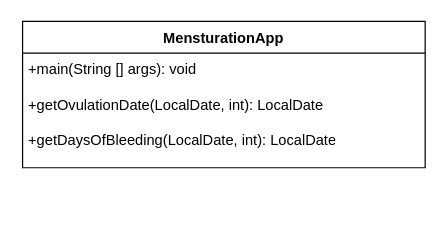
The draw.io diagram PhaseGate/Mensturation class diagram.drawio in BabatundeOla1/javaTask, before the edit. Source tidied: cells renumbered, new cells numbered last; positions are measured from the earlier drawing's top-left corner, leaving out a move shared by most shapes. Both pictures are drawn from the tidied source at 122%, with x=0, y=0 at pixel (21, 21).
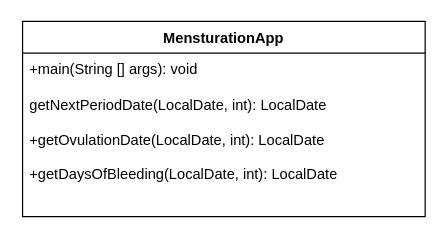
Above is the later version.

What changed in the source:
```diff
@@
 <mxGraphModel>
   <root>
     <mxCell id="0" />
     <mxCell id="1" parent="0" />
     <mxCell id="2" value="MensturationApp" style="swimlane;fontStyle=1;align=center;verticalAlign=top;horizontal=1;startSize=26;whiteSpace=wrap;html=1;" parent="1" vertex="1">
-      <mxGeometry x="1" width="330" height="120" as="geometry" />
+      <mxGeometry x="1" width="330" height="160" as="geometry" />
     </mxCell>
-    <mxCell id="3" value="&lt;div&gt;+main(String [] args): void&lt;/div&gt;&lt;div&gt;&lt;br&gt;&lt;/div&gt;+getOvulationDate(LocalDate, int): LocalDate&lt;div&gt;&lt;br&gt;&lt;/div&gt;&lt;div&gt;+getDaysOfBleeding(LocalDate, int): LocalDate&lt;/div&gt;" style="text;strokeColor=none;fillColor=none;align=left;verticalAlign=top;spacingLeft=4;spacingRight=4;overflow=hidden;whiteSpace=wrap;html=1;" parent="1" vertex="1">
-      <mxGeometry y="26" width="320" height="104" as="geometry" />
+    <mxCell id="3" value="&lt;div&gt;+main(String [] args): void&lt;/div&gt;&lt;div&gt;&lt;br&gt;&lt;/div&gt;&lt;div&gt;getNextPeriodDate(LocalDate, int): LocalDate&lt;/div&gt;&lt;div&gt;&lt;br&gt;&lt;/div&gt;+getOvulationDate(LocalDate, int): LocalDate&lt;div&gt;&lt;br&gt;&lt;/div&gt;&lt;div&gt;+getDaysOfBleeding(LocalDate, int): LocalDate&lt;/div&gt;" style="text;strokeColor=none;fillColor=none;align=left;verticalAlign=top;spacingLeft=4;spacingRight=4;overflow=hidden;whiteSpace=wrap;html=1;" parent="2" vertex="1">
+      <mxGeometry y="26" width="330" height="134" as="geometry" />
     </mxCell>
   </root>
 </mxGraphModel>
```
